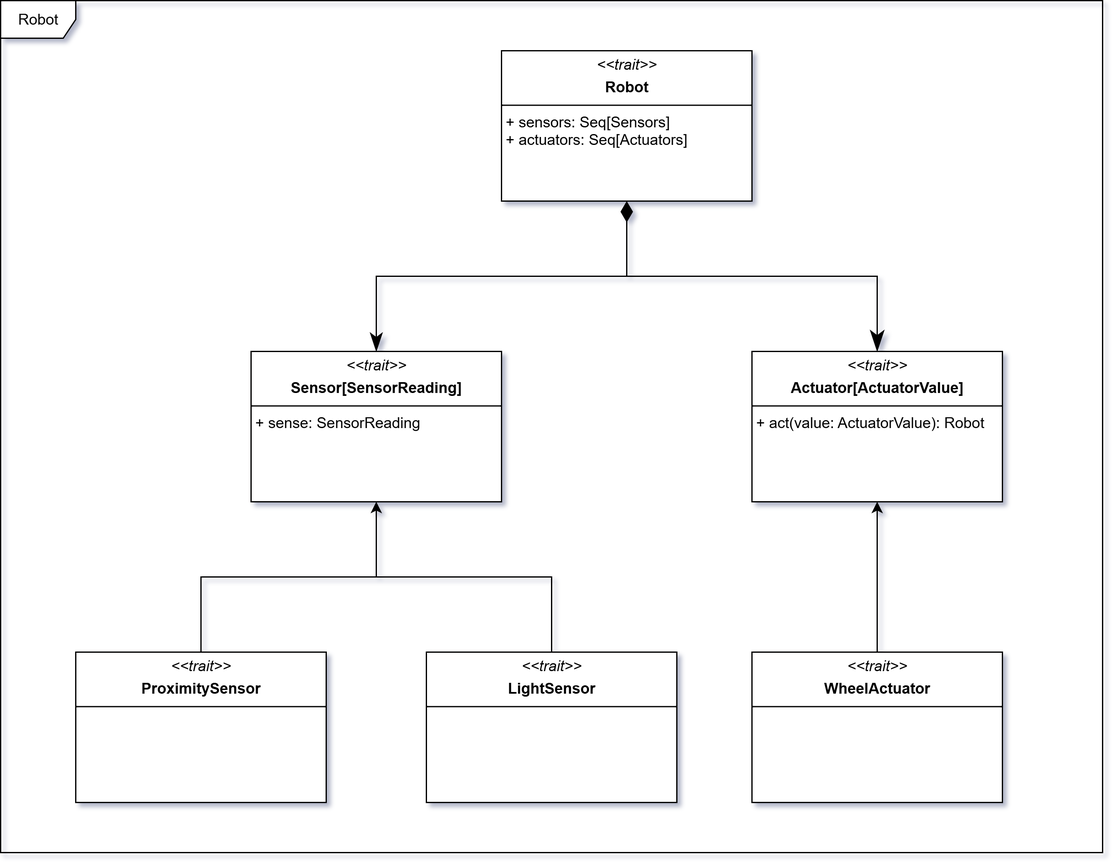
Before: docs/static/img/04-detailed-design/robot.png, a diagram exported from draw.io (Scala-Robotics-Simulator/PPS-22-srs). Source tidied: cells renumbered, new cells last; positions are measured from the earlier drawing's top-left corner, leaving out a move shared by most shapes. Its diagram source:
```xml
<mxGraphModel>
  <root>
    <mxCell id="0" />
    <mxCell id="1" parent="0" />
    <mxCell id="2" style="edgeStyle=orthogonalEdgeStyle;rounded=0;jettySize=auto;html=1;endArrow=none;endFill=0;startArrow=classicThin;startFill=1;startSize=12;endSize=12;" parent="1" edge="1" source="12">
      <mxGeometry relative="1" as="geometry">
        <mxPoint x="500" y="220" as="targetPoint" />
        <Array as="points">
          <mxPoint x="300" y="220" />
        </Array>
      </mxGeometry>
    </mxCell>
    <mxCell id="3" style="edgeStyle=orthogonalEdgeStyle;rounded=0;jettySize=auto;html=1;entryX=0.5;entryY=1;entryDx=0;entryDy=0;" parent="1" edge="1" source="4" target="12">
      <mxGeometry relative="1" as="geometry" />
    </mxCell>
    <mxCell id="4" value="&lt;p style=&quot;margin:0px;margin-top:4px;text-align:center;&quot;&gt;&lt;i&gt;&amp;lt;&amp;lt;trait&amp;gt;&amp;gt;&lt;/i&gt;&lt;/p&gt;&lt;p style=&quot;margin:0px;margin-top:4px;text-align:center;&quot;&gt;&lt;b&gt;ProximitySensor&lt;/b&gt;&lt;/p&gt;&lt;hr size=&quot;1&quot; style=&quot;border-style:solid;&quot;&gt;" style="verticalAlign=top;align=left;overflow=fill;html=1;whiteSpace=wrap;" parent="1" vertex="1">
      <mxGeometry x="60" y="520" width="200" height="120" as="geometry" />
    </mxCell>
    <mxCell id="5" style="edgeStyle=orthogonalEdgeStyle;rounded=0;jettySize=auto;html=1;exitX=0.5;exitY=0;exitDx=0;exitDy=0;endArrow=none;endFill=0;" parent="1" edge="1" source="6">
      <mxGeometry relative="1" as="geometry">
        <mxPoint x="300" y="460" as="targetPoint" />
        <Array as="points">
          <mxPoint x="440" y="460" />
        </Array>
      </mxGeometry>
    </mxCell>
    <mxCell id="6" value="&lt;p style=&quot;margin:0px;margin-top:4px;text-align:center;&quot;&gt;&lt;i&gt;&amp;lt;&amp;lt;trait&amp;gt;&amp;gt;&lt;/i&gt;&lt;/p&gt;&lt;p style=&quot;margin:0px;margin-top:4px;text-align:center;&quot;&gt;&lt;b&gt;LightSensor&lt;/b&gt;&lt;/p&gt;&lt;hr size=&quot;1&quot; style=&quot;border-style:solid;&quot;&gt;" style="verticalAlign=top;align=left;overflow=fill;html=1;whiteSpace=wrap;" parent="1" vertex="1">
      <mxGeometry x="340" y="520" width="200" height="120" as="geometry" />
    </mxCell>
    <mxCell id="7" value="&lt;p style=&quot;margin:0px;margin-top:4px;text-align:center;&quot;&gt;&lt;i&gt;&amp;lt;&amp;lt;trait&amp;gt;&amp;gt;&lt;/i&gt;&lt;/p&gt;&lt;p style=&quot;margin:0px;margin-top:4px;text-align:center;&quot;&gt;&lt;b&gt;Robot&lt;/b&gt;&lt;/p&gt;&lt;hr size=&quot;1&quot; style=&quot;border-style:solid;&quot;&gt;&amp;nbsp;+ sensors: Seq[Sensors]&lt;div&gt;&amp;nbsp;+ actuators: Seq[Actuators]&lt;/div&gt;" style="verticalAlign=top;align=left;overflow=fill;html=1;whiteSpace=wrap;" parent="1" vertex="1">
      <mxGeometry x="400" y="40" width="200" height="120" as="geometry" />
    </mxCell>
    <mxCell id="8" style="edgeStyle=orthogonalEdgeStyle;rounded=0;jettySize=auto;html=1;entryX=0.5;entryY=1;entryDx=0;entryDy=0;" parent="1" edge="1" source="9" target="10">
      <mxGeometry relative="1" as="geometry" />
    </mxCell>
    <mxCell id="9" value="&lt;p style=&quot;margin:0px;margin-top:4px;text-align:center;&quot;&gt;&lt;i&gt;&amp;lt;&amp;lt;trait&amp;gt;&amp;gt;&lt;/i&gt;&lt;/p&gt;&lt;p style=&quot;margin:0px;margin-top:4px;text-align:center;&quot;&gt;&lt;b&gt;WheelActuator&lt;/b&gt;&lt;/p&gt;&lt;hr size=&quot;1&quot; style=&quot;border-style:solid;&quot;&gt;&amp;nbsp;" style="verticalAlign=top;align=left;overflow=fill;html=1;whiteSpace=wrap;" parent="1" vertex="1">
      <mxGeometry x="600" y="520" width="200" height="120" as="geometry" />
    </mxCell>
    <mxCell id="10" value="&lt;p style=&quot;margin:0px;margin-top:4px;text-align:center;&quot;&gt;&lt;i&gt;&amp;lt;&amp;lt;trait&amp;gt;&amp;gt;&lt;/i&gt;&lt;/p&gt;&lt;p style=&quot;margin:0px;margin-top:4px;text-align:center;&quot;&gt;&lt;b&gt;Actuator[ActuatorValue]&lt;/b&gt;&lt;/p&gt;&lt;hr size=&quot;1&quot; style=&quot;border-style:solid;&quot;&gt;&amp;nbsp;+ act(value: ActuatorValue): Robot" style="verticalAlign=top;align=left;overflow=fill;html=1;whiteSpace=wrap;" parent="1" vertex="1">
      <mxGeometry x="600" y="280" width="200" height="120" as="geometry" />
    </mxCell>
    <mxCell id="11" style="endArrow=classicThin;html=1;endSize=14;startArrow=diamondThin;startSize=14;startFill=1;edgeStyle=orthogonalEdgeStyle;align=left;verticalAlign=bottom;rounded=0;exitX=0.5;exitY=1;exitDx=0;exitDy=0;entryX=0.5;entryY=0;entryDx=0;entryDy=0;endFill=1;" parent="1" edge="1" source="7" target="10">
      <mxGeometry x="-1" y="3" relative="1" as="geometry" />
    </mxCell>
    <mxCell id="12" value="&lt;p style=&quot;margin:0px;margin-top:4px;text-align:center;&quot;&gt;&lt;i&gt;&amp;lt;&amp;lt;trait&amp;gt;&amp;gt;&lt;/i&gt;&lt;/p&gt;&lt;p style=&quot;margin:0px;margin-top:4px;text-align:center;&quot;&gt;&lt;b&gt;Sensor[SensorReading]&lt;/b&gt;&lt;/p&gt;&lt;hr size=&quot;1&quot; style=&quot;border-style:solid;&quot;&gt;&amp;nbsp;+ sense: SensorReading" style="verticalAlign=top;align=left;overflow=fill;html=1;whiteSpace=wrap;" parent="1" vertex="1">
      <mxGeometry x="200" y="280" width="200" height="120" as="geometry" />
    </mxCell>
    <mxCell id="13" value="Robot" style="shape=umlFrame;whiteSpace=wrap;html=1;" parent="1" vertex="1">
      <mxGeometry width="880" height="680" as="geometry" />
    </mxCell>
  </root>
</mxGraphModel>
```
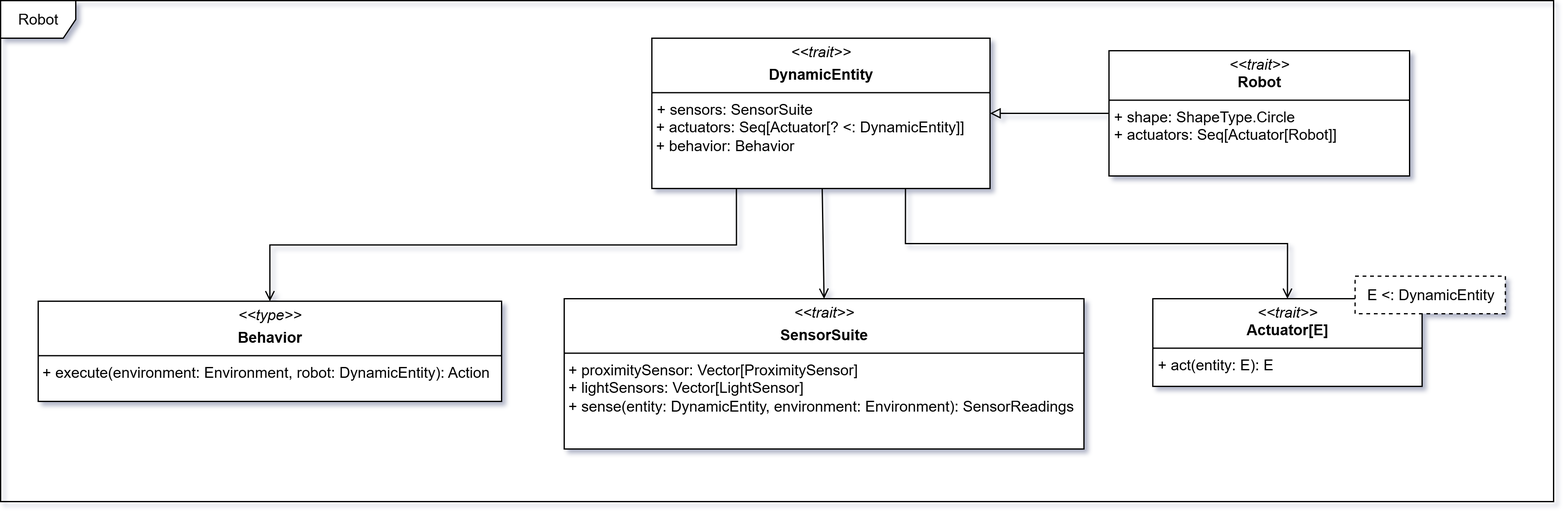
After the commit.

The edit, as a diff of the source:
```diff
@@ -2,51 +2,38 @@
   <root>
     <mxCell id="0" />
     <mxCell id="1" parent="0" />
-    <mxCell id="2" style="edgeStyle=orthogonalEdgeStyle;rounded=0;jettySize=auto;html=1;endArrow=none;endFill=0;startArrow=classicThin;startFill=1;startSize=12;endSize=12;" parent="1" edge="1" source="12">
-      <mxGeometry relative="1" as="geometry">
-        <mxPoint x="500" y="220" as="targetPoint" />
-        <Array as="points">
-          <mxPoint x="300" y="220" />
-        </Array>
-      </mxGeometry>
+    <mxCell id="2" value="Robot" style="shape=umlFrame;whiteSpace=wrap;html=1;" parent="1" vertex="1">
+      <mxGeometry x="-160" y="-80" width="1240" height="400" as="geometry" />
     </mxCell>
-    <mxCell id="3" style="edgeStyle=orthogonalEdgeStyle;rounded=0;jettySize=auto;html=1;entryX=0.5;entryY=1;entryDx=0;entryDy=0;" parent="1" edge="1" source="4" target="12">
+    <mxCell id="3" style="rounded=0;jettySize=auto;html=1;entryX=1;entryY=0.5;entryDx=0;entryDy=0;endArrow=block;endFill=0;" parent="1" edge="1" source="4" target="8">
       <mxGeometry relative="1" as="geometry" />
     </mxCell>
-    <mxCell id="4" value="&lt;p style=&quot;margin:0px;margin-top:4px;text-align:center;&quot;&gt;&lt;i&gt;&amp;lt;&amp;lt;trait&amp;gt;&amp;gt;&lt;/i&gt;&lt;/p&gt;&lt;p style=&quot;margin:0px;margin-top:4px;text-align:center;&quot;&gt;&lt;b&gt;ProximitySensor&lt;/b&gt;&lt;/p&gt;&lt;hr size=&quot;1&quot; style=&quot;border-style:solid;&quot;&gt;" style="verticalAlign=top;align=left;overflow=fill;html=1;whiteSpace=wrap;" parent="1" vertex="1">
-      <mxGeometry x="60" y="520" width="200" height="120" as="geometry" />
+    <mxCell id="4" value="&lt;p style=&quot;margin:0px;margin-top:4px;text-align:center;&quot;&gt;&lt;i&gt;&amp;lt;&amp;lt;trait&amp;gt;&amp;gt;&lt;/i&gt;&lt;br&gt;&lt;b&gt;Robot&lt;/b&gt;&lt;/p&gt;&lt;hr size=&quot;1&quot; style=&quot;border-style:solid;&quot;&gt;&lt;p style=&quot;margin:0px;margin-left:4px;&quot;&gt;+ shape: ShapeType.Circle&lt;/p&gt;&lt;p style=&quot;margin:0px;margin-left:4px;&quot;&gt;+ actuators: Seq[Actuator[Robot]]&lt;/p&gt;" style="verticalAlign=top;align=left;overflow=fill;html=1;whiteSpace=wrap;" parent="1" vertex="1">
+      <mxGeometry x="725" y="-40" width="240" height="100" as="geometry" />
     </mxCell>
-    <mxCell id="5" style="edgeStyle=orthogonalEdgeStyle;rounded=0;jettySize=auto;html=1;exitX=0.5;exitY=0;exitDx=0;exitDy=0;endArrow=none;endFill=0;" parent="1" edge="1" source="6">
-      <mxGeometry relative="1" as="geometry">
-        <mxPoint x="300" y="460" as="targetPoint" />
-        <Array as="points">
-          <mxPoint x="440" y="460" />
-        </Array>
-      </mxGeometry>
+    <mxCell id="5" value="&lt;p style=&quot;margin:0px;margin-top:4px;text-align:center;&quot;&gt;&lt;i&gt;&amp;lt;&amp;lt;type&amp;gt;&amp;gt;&lt;/i&gt;&lt;/p&gt;&lt;p style=&quot;margin:0px;margin-top:4px;text-align:center;&quot;&gt;&lt;b&gt;Behavior&lt;/b&gt;&lt;/p&gt;&lt;hr size=&quot;1&quot; style=&quot;border-style:solid;&quot;&gt;&amp;nbsp;+ execute(environment: Environment, robot: DynamicEntity): Action&lt;div&gt;&lt;br&gt;&lt;/div&gt;" style="verticalAlign=top;align=left;overflow=fill;html=1;whiteSpace=wrap;" parent="1" vertex="1">
+      <mxGeometry x="-130" y="160" width="370" height="80" as="geometry" />
     </mxCell>
-    <mxCell id="6" value="&lt;p style=&quot;margin:0px;margin-top:4px;text-align:center;&quot;&gt;&lt;i&gt;&amp;lt;&amp;lt;trait&amp;gt;&amp;gt;&lt;/i&gt;&lt;/p&gt;&lt;p style=&quot;margin:0px;margin-top:4px;text-align:center;&quot;&gt;&lt;b&gt;LightSensor&lt;/b&gt;&lt;/p&gt;&lt;hr size=&quot;1&quot; style=&quot;border-style:solid;&quot;&gt;" style="verticalAlign=top;align=left;overflow=fill;html=1;whiteSpace=wrap;" parent="1" vertex="1">
-      <mxGeometry x="340" y="520" width="200" height="120" as="geometry" />
+    <mxCell id="6" value="&lt;p style=&quot;margin:0px;margin-top:4px;text-align:center;&quot;&gt;&lt;i&gt;&amp;lt;&amp;lt;trait&amp;gt;&amp;gt;&lt;/i&gt;&lt;/p&gt;&lt;p style=&quot;margin:0px;margin-top:4px;text-align:center;&quot;&gt;&lt;b&gt;SensorSuite&lt;/b&gt;&lt;/p&gt;&lt;hr size=&quot;1&quot; style=&quot;border-style:solid;&quot;&gt;&lt;div&gt;&amp;nbsp;+ proximitySensor: Vector[ProximitySensor]&lt;/div&gt;&lt;div&gt;&amp;nbsp;+ lightSensors: Vector[LightSensor]&lt;/div&gt;&lt;div&gt;&amp;nbsp;+ sense(entity: DynamicEntity, environment: Environment): SensorReadings&lt;/div&gt;" style="verticalAlign=top;align=left;overflow=fill;html=1;whiteSpace=wrap;" parent="1" vertex="1">
+      <mxGeometry x="290" y="158" width="415" height="120" as="geometry" />
     </mxCell>
-    <mxCell id="7" value="&lt;p style=&quot;margin:0px;margin-top:4px;text-align:center;&quot;&gt;&lt;i&gt;&amp;lt;&amp;lt;trait&amp;gt;&amp;gt;&lt;/i&gt;&lt;/p&gt;&lt;p style=&quot;margin:0px;margin-top:4px;text-align:center;&quot;&gt;&lt;b&gt;Robot&lt;/b&gt;&lt;/p&gt;&lt;hr size=&quot;1&quot; style=&quot;border-style:solid;&quot;&gt;&amp;nbsp;+ sensors: Seq[Sensors]&lt;div&gt;&amp;nbsp;+ actuators: Seq[Actuators]&lt;/div&gt;" style="verticalAlign=top;align=left;overflow=fill;html=1;whiteSpace=wrap;" parent="1" vertex="1">
-      <mxGeometry x="400" y="40" width="200" height="120" as="geometry" />
+    <mxCell id="7" style="edgeStyle=orthogonalEdgeStyle;rounded=0;jettySize=auto;html=1;entryX=0.5;entryY=0;entryDx=0;entryDy=0;endArrow=open;endFill=0;exitX=0.25;exitY=1;exitDx=0;exitDy=0;" parent="1" edge="1" source="8" target="5">
+      <mxGeometry relative="1" as="geometry" />
     </mxCell>
-    <mxCell id="8" style="edgeStyle=orthogonalEdgeStyle;rounded=0;jettySize=auto;html=1;entryX=0.5;entryY=1;entryDx=0;entryDy=0;" parent="1" edge="1" source="9" target="10">
-      <mxGeometry relative="1" as="geometry" />
+    <mxCell id="8" value="&lt;p style=&quot;margin:0px;margin-top:4px;text-align:center;&quot;&gt;&lt;i&gt;&amp;lt;&amp;lt;trait&amp;gt;&amp;gt;&lt;/i&gt;&lt;/p&gt;&lt;p style=&quot;margin:0px;margin-top:4px;text-align:center;&quot;&gt;&lt;b&gt;DynamicEntity&lt;/b&gt;&lt;/p&gt;&lt;hr size=&quot;1&quot; style=&quot;border-style:solid;&quot;&gt;&lt;p style=&quot;margin:0px;margin-left:4px;&quot;&gt;+ sensors: SensorSuite&lt;/p&gt;&lt;div&gt;&amp;nbsp;+&amp;nbsp;actuators: Seq[Actuator[? &amp;lt;: DynamicEntity]]&lt;/div&gt;&lt;div&gt;&amp;nbsp;+ behavior: Behavior&lt;/div&gt;&lt;p style=&quot;margin:0px;margin-left:4px;&quot;&gt;&lt;br&gt;&lt;/p&gt;" style="verticalAlign=top;align=left;overflow=fill;html=1;whiteSpace=wrap;" parent="1" vertex="1">
+      <mxGeometry x="360" y="-50" width="270" height="120" as="geometry" />
     </mxCell>
-    <mxCell id="9" value="&lt;p style=&quot;margin:0px;margin-top:4px;text-align:center;&quot;&gt;&lt;i&gt;&amp;lt;&amp;lt;trait&amp;gt;&amp;gt;&lt;/i&gt;&lt;/p&gt;&lt;p style=&quot;margin:0px;margin-top:4px;text-align:center;&quot;&gt;&lt;b&gt;WheelActuator&lt;/b&gt;&lt;/p&gt;&lt;hr size=&quot;1&quot; style=&quot;border-style:solid;&quot;&gt;&amp;nbsp;" style="verticalAlign=top;align=left;overflow=fill;html=1;whiteSpace=wrap;" parent="1" vertex="1">
-      <mxGeometry x="600" y="520" width="200" height="120" as="geometry" />
+    <mxCell id="9" style="edgeStyle=orthogonalEdgeStyle;rounded=0;jettySize=auto;html=1;entryX=0.5;entryY=0;entryDx=0;entryDy=0;endArrow=open;endFill=0;exitX=0.75;exitY=1;exitDx=0;exitDy=0;" parent="1" edge="1" source="8" target="11">
+      <mxGeometry relative="1" as="geometry" />
     </mxCell>
-    <mxCell id="10" value="&lt;p style=&quot;margin:0px;margin-top:4px;text-align:center;&quot;&gt;&lt;i&gt;&amp;lt;&amp;lt;trait&amp;gt;&amp;gt;&lt;/i&gt;&lt;/p&gt;&lt;p style=&quot;margin:0px;margin-top:4px;text-align:center;&quot;&gt;&lt;b&gt;Actuator[ActuatorValue]&lt;/b&gt;&lt;/p&gt;&lt;hr size=&quot;1&quot; style=&quot;border-style:solid;&quot;&gt;&amp;nbsp;+ act(value: ActuatorValue): Robot" style="verticalAlign=top;align=left;overflow=fill;html=1;whiteSpace=wrap;" parent="1" vertex="1">
-      <mxGeometry x="600" y="280" width="200" height="120" as="geometry" />
+    <mxCell id="10" style="rounded=0;jettySize=auto;html=1;entryX=0.5;entryY=0;entryDx=0;entryDy=0;endArrow=open;endFill=0;" parent="1" edge="1" source="8" target="6">
+      <mxGeometry relative="1" as="geometry" />
     </mxCell>
-    <mxCell id="11" style="endArrow=classicThin;html=1;endSize=14;startArrow=diamondThin;startSize=14;startFill=1;edgeStyle=orthogonalEdgeStyle;align=left;verticalAlign=bottom;rounded=0;exitX=0.5;exitY=1;exitDx=0;exitDy=0;entryX=0.5;entryY=0;entryDx=0;entryDy=0;endFill=1;" parent="1" edge="1" source="7" target="10">
-      <mxGeometry x="-1" y="3" relative="1" as="geometry" />
+    <mxCell id="11" value="&lt;p style=&quot;margin:0px;margin-top:4px;text-align:center;&quot;&gt;&lt;i&gt;&amp;lt;&amp;lt;trait&amp;gt;&amp;gt;&lt;br&gt;&lt;/i&gt;&lt;b&gt;Actuator[E]&lt;/b&gt;&lt;/p&gt;&lt;hr size=&quot;1&quot; style=&quot;border-style:solid;&quot;&gt;&lt;p style=&quot;margin:0px;margin-left:4px;&quot;&gt;&lt;/p&gt;&lt;p style=&quot;margin:0px;margin-left:4px;&quot;&gt;+ act(entity: E): E&lt;/p&gt;" style="verticalAlign=top;align=left;overflow=fill;html=1;whiteSpace=wrap;" parent="1" vertex="1">
+      <mxGeometry x="760" y="158" width="215" height="70" as="geometry" />
     </mxCell>
-    <mxCell id="12" value="&lt;p style=&quot;margin:0px;margin-top:4px;text-align:center;&quot;&gt;&lt;i&gt;&amp;lt;&amp;lt;trait&amp;gt;&amp;gt;&lt;/i&gt;&lt;/p&gt;&lt;p style=&quot;margin:0px;margin-top:4px;text-align:center;&quot;&gt;&lt;b&gt;Sensor[SensorReading]&lt;/b&gt;&lt;/p&gt;&lt;hr size=&quot;1&quot; style=&quot;border-style:solid;&quot;&gt;&amp;nbsp;+ sense: SensorReading" style="verticalAlign=top;align=left;overflow=fill;html=1;whiteSpace=wrap;" parent="1" vertex="1">
-      <mxGeometry x="200" y="280" width="200" height="120" as="geometry" />
+    <mxCell id="12" value="E &amp;lt;: DynamicEntity" style="rounded=0;whiteSpace=wrap;html=1;dashed=1;" parent="1" vertex="1">
+      <mxGeometry x="921.5" y="140" width="120" height="30" as="geometry" />
     </mxCell>
-    <mxCell id="13" value="Robot" style="shape=umlFrame;whiteSpace=wrap;html=1;" parent="1" vertex="1">
-      <mxGeometry width="880" height="680" as="geometry" />
-    </mxCell>
   </root>
 </mxGraphModel>
```
